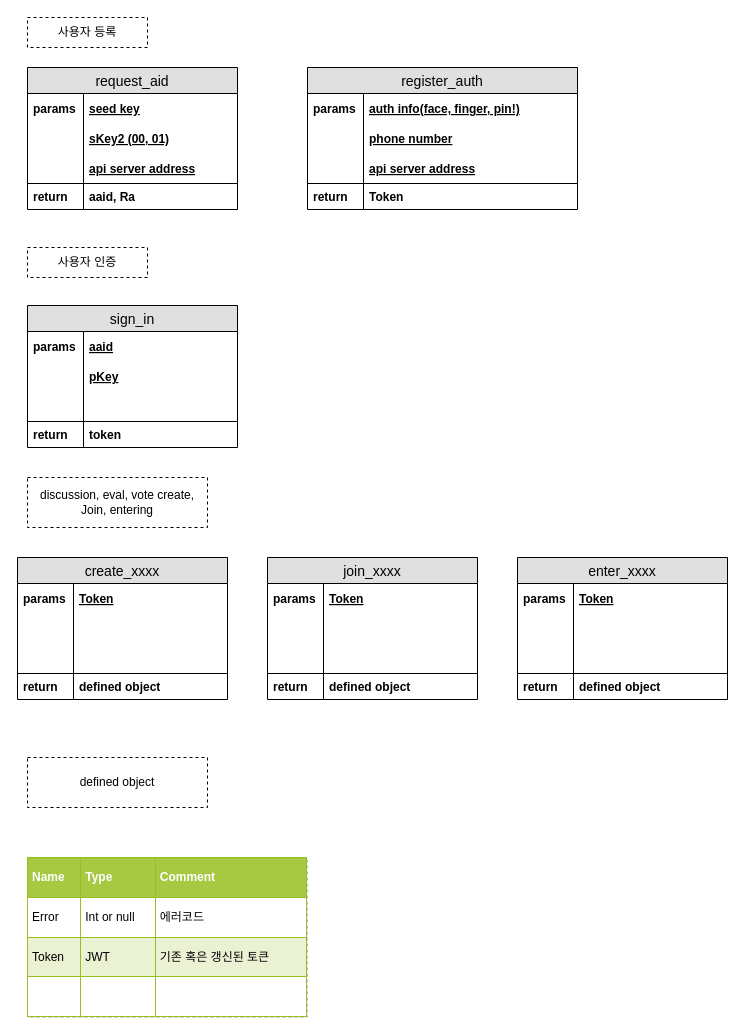
The draw.io diagram Kosac Diagram.drawio in lim6112j/kosac-diagram, before the edit. Source tidied: cells renumbered, new cells numbered last; positions are measured from the earlier drawing's top-left corner, leaving out a move shared by most shapes. Both pictures are drawn from the tidied source at 100%, with x=0, y=0 at pixel (17, 17).
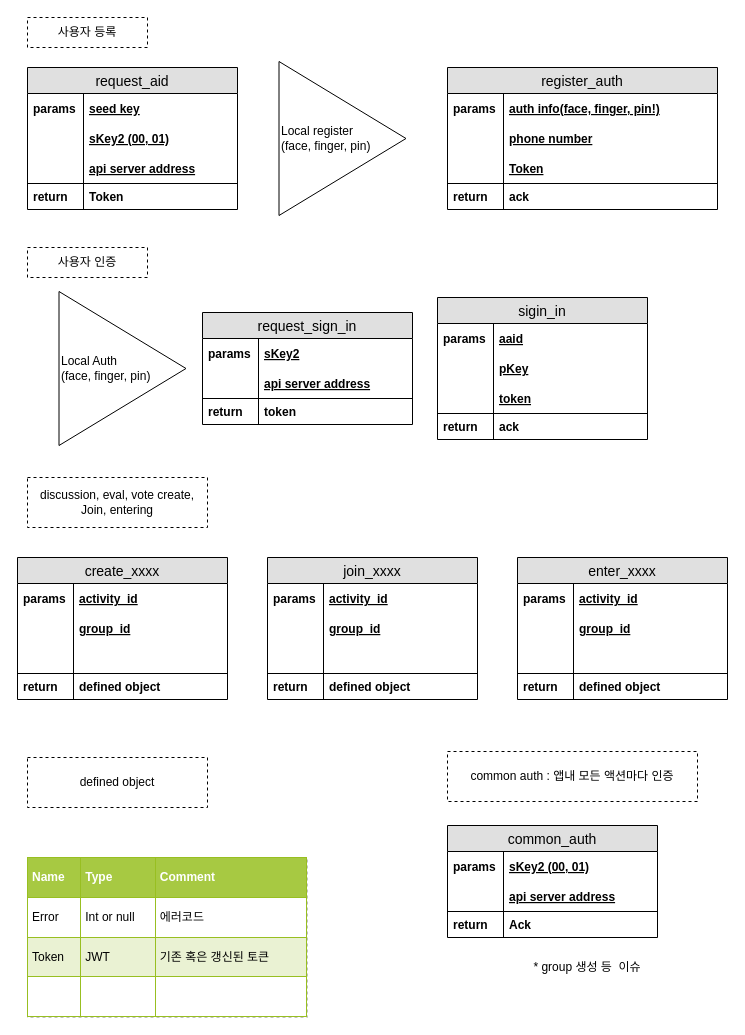
Above is the later version.

The change refers to these unchanged cells:
```xml
<mxCell id="2" value="request_aid" style="swimlane;fontStyle=0;horizontal=1;startSize=26;fillColor=#e0e0e0;swimlaneFillColor=#ffffff;align=center;fontSize=14;" parent="1" vertex="1">
  <mxGeometry x="10" y="50" width="210" height="142" as="geometry" />
</mxCell>
<mxCell id="32" value="create_xxxx" style="swimlane;fontStyle=0;horizontal=1;startSize=26;fillColor=#e0e0e0;swimlaneFillColor=#ffffff;align=center;fontSize=14;" parent="1" vertex="1">
  <mxGeometry y="540" width="210" height="142" as="geometry" />
</mxCell>
<mxCell id="41" value="join_xxxx" style="swimlane;fontStyle=0;horizontal=1;startSize=26;fillColor=#e0e0e0;swimlaneFillColor=#ffffff;align=center;fontSize=14;" parent="1" vertex="1">
  <mxGeometry x="250" y="540" width="210" height="142" as="geometry" />
</mxCell>
<mxCell id="50" value="enter_xxxx" style="swimlane;fontStyle=0;horizontal=1;startSize=26;fillColor=#e0e0e0;swimlaneFillColor=#ffffff;align=center;fontSize=14;" parent="1" vertex="1">
  <mxGeometry x="500" y="540" width="210" height="142" as="geometry" />
</mxCell>
```

What changed in the source:
```diff
@@
-    <mxCell id="9" value="aaid, Ra" style="shape=partialRectangle;top=0;left=0;right=0;bottom=0;align=left;verticalAlign=top;fillColor=none;spacingLeft=60;spacingRight=4;overflow=hidden;fontSize=12;fontStyle=1;" parent="2" vertex="1">
+    <mxCell id="9" value="Token" style="shape=partialRectangle;top=0;left=0;right=0;bottom=0;align=left;verticalAlign=top;fillColor=none;spacingLeft=60;spacingRight=4;overflow=hidden;fontSize=12;fontStyle=1;" parent="2" vertex="1">
       <mxGeometry y="116" width="210" height="26" as="geometry" />
     </mxCell>
@@
     <mxCell id="11" value="register_auth" style="swimlane;fontStyle=0;horizontal=1;startSize=26;fillColor=#e0e0e0;swimlaneFillColor=#ffffff;align=center;fontSize=14;" parent="1" vertex="1">
-      <mxGeometry x="290" y="50" width="270" height="142" as="geometry" />
+      <mxGeometry x="430" y="50" width="270" height="142" as="geometry" />
     </mxCell>
@@
-    <mxCell id="16" value="api server address" style="shape=partialRectangle;top=0;left=0;right=0;bottom=1;align=left;verticalAlign=middle;fillColor=none;spacingLeft=60;spacingRight=4;overflow=hidden;fontStyle=5;fontSize=12;" parent="11" vertex="1">
+    <mxCell id="16" value="Token" style="shape=partialRectangle;top=0;left=0;right=0;bottom=1;align=left;verticalAlign=middle;fillColor=none;spacingLeft=60;spacingRight=4;overflow=hidden;fontStyle=5;fontSize=12;" parent="11" vertex="1">
       <mxGeometry y="86" width="270" height="30" as="geometry" />
     </mxCell>
@@
-    <mxCell id="18" value="Token" style="shape=partialRectangle;top=0;left=0;right=0;bottom=0;align=left;verticalAlign=top;fillColor=none;spacingLeft=60;spacingRight=4;overflow=hidden;fontSize=12;fontStyle=1;" parent="11" vertex="1">
+    <mxCell id="18" value="ack" style="shape=partialRectangle;top=0;left=0;right=0;bottom=0;align=left;verticalAlign=top;fillColor=none;spacingLeft=60;spacingRight=4;overflow=hidden;fontSize=12;fontStyle=1;" parent="11" vertex="1">
       <mxGeometry y="116" width="270" height="26" as="geometry" />
     </mxCell>
@@
-    <mxCell id="22" value="sign_in" style="swimlane;fontStyle=0;horizontal=1;startSize=26;fillColor=#e0e0e0;swimlaneFillColor=#ffffff;align=center;fontSize=14;" parent="1" vertex="1">
-      <mxGeometry x="10" y="288" width="210" height="142" as="geometry" />
+    <mxCell id="22" value="request_sign_in" style="swimlane;fontStyle=0;horizontal=1;startSize=26;fillColor=#e0e0e0;swimlaneFillColor=#ffffff;align=center;fontSize=14;" parent="1" vertex="1">
+      <mxGeometry x="185" y="295" width="210" height="112" as="geometry" />
     </mxCell>
-    <mxCell id="23" value="aaid" style="shape=partialRectangle;top=0;left=0;right=0;bottom=0;align=left;verticalAlign=middle;fillColor=none;spacingLeft=60;spacingRight=4;overflow=hidden;fontStyle=5;fontSize=12;" parent="22" vertex="1">
+    <mxCell id="23" value="sKey2" style="shape=partialRectangle;top=0;left=0;right=0;bottom=0;align=left;verticalAlign=middle;fillColor=none;spacingLeft=60;spacingRight=4;overflow=hidden;fontStyle=5;fontSize=12;" parent="22" vertex="1">
       <mxGeometry y="26" width="210" height="30" as="geometry" />
     </mxCell>
@@
-    <mxCell id="25" value="pKey" style="shape=partialRectangle;top=0;left=0;right=0;bottom=1;align=left;verticalAlign=middle;fillColor=none;spacingLeft=60;spacingRight=4;overflow=hidden;fontStyle=5;fontSize=12;strokeColor=none;" parent="22" vertex="1">
-      <mxGeometry y="56" width="210" height="30" as="geometry" />
-    </mxCell>
-    <mxCell id="26" style="shape=partialRectangle;fontStyle=1;top=0;left=0;bottom=0;fillColor=none;align=left;verticalAlign=middle;spacingLeft=4;spacingRight=4;overflow=hidden;fontSize=12;" parent="25" vertex="1">
-      <mxGeometry width="56" height="30" as="geometry" />
-    </mxCell>
-    <mxCell id="27" style="shape=partialRectangle;top=0;left=0;right=0;bottom=1;align=left;verticalAlign=middle;fillColor=none;spacingLeft=60;spacingRight=4;overflow=hidden;fontStyle=5;fontSize=12;" parent="22" vertex="1">
-      <mxGeometry y="86" width="210" height="30" as="geometry" />
+    <mxCell id="27" value="api server address" style="shape=partialRectangle;top=0;left=0;right=0;bottom=1;align=left;verticalAlign=middle;fillColor=none;spacingLeft=60;spacingRight=4;overflow=hidden;fontStyle=5;fontSize=12;" parent="22" vertex="1">
+      <mxGeometry y="56" width="210" height="30" as="geometry" />
     </mxCell>
@@
     <mxCell id="29" value="token" style="shape=partialRectangle;top=0;left=0;right=0;bottom=0;align=left;verticalAlign=top;fillColor=none;spacingLeft=60;spacingRight=4;overflow=hidden;fontSize=12;fontStyle=1;" parent="22" vertex="1">
-      <mxGeometry y="116" width="210" height="26" as="geometry" />
+      <mxGeometry y="86" width="210" height="26" as="geometry" />
     </mxCell>
@@
-    <mxCell id="33" value="Token" style="shape=partialRectangle;top=0;left=0;right=0;bottom=0;align=left;verticalAlign=middle;fillColor=none;spacingLeft=60;spacingRight=4;overflow=hidden;fontStyle=5;fontSize=12;" parent="32" vertex="1">
+    <mxCell id="33" value="activity_id" style="shape=partialRectangle;top=0;left=0;right=0;bottom=0;align=left;verticalAlign=middle;fillColor=none;spacingLeft=60;spacingRight=4;overflow=hidden;fontStyle=5;fontSize=12;" parent="32" vertex="1">
       <mxGeometry y="26" width="210" height="30" as="geometry" />
     </mxCell>
@@
-    <mxCell id="35" style="shape=partialRectangle;top=0;left=0;right=0;bottom=1;align=left;verticalAlign=middle;fillColor=none;spacingLeft=60;spacingRight=4;overflow=hidden;fontStyle=5;fontSize=12;strokeColor=none;" parent="32" vertex="1">
+    <mxCell id="35" value="group_id" style="shape=partialRectangle;top=0;left=0;right=0;bottom=1;align=left;verticalAlign=middle;fillColor=none;spacingLeft=60;spacingRight=4;overflow=hidden;fontStyle=5;fontSize=12;strokeColor=none;" parent="32" vertex="1">
       <mxGeometry y="56" width="210" height="30" as="geometry" />
     </mxCell>
@@
-    <mxCell id="42" value="Token" style="shape=partialRectangle;top=0;left=0;right=0;bottom=0;align=left;verticalAlign=middle;fillColor=none;spacingLeft=60;spacingRight=4;overflow=hidden;fontStyle=5;fontSize=12;" parent="41" vertex="1">
+    <mxCell id="42" value="activity_id" style="shape=partialRectangle;top=0;left=0;right=0;bottom=0;align=left;verticalAlign=middle;fillColor=none;spacingLeft=60;spacingRight=4;overflow=hidden;fontStyle=5;fontSize=12;" parent="41" vertex="1">
       <mxGeometry y="26" width="210" height="30" as="geometry" />
     </mxCell>
@@
-    <mxCell id="44" style="shape=partialRectangle;top=0;left=0;right=0;bottom=1;align=left;verticalAlign=middle;fillColor=none;spacingLeft=60;spacingRight=4;overflow=hidden;fontStyle=5;fontSize=12;strokeColor=none;" parent="41" vertex="1">
+    <mxCell id="44" value="group_id" style="shape=partialRectangle;top=0;left=0;right=0;bottom=1;align=left;verticalAlign=middle;fillColor=none;spacingLeft=60;spacingRight=4;overflow=hidden;fontStyle=5;fontSize=12;strokeColor=none;" parent="41" vertex="1">
       <mxGeometry y="56" width="210" height="30" as="geometry" />
     </mxCell>
@@
-    <mxCell id="51" value="Token" style="shape=partialRectangle;top=0;left=0;right=0;bottom=0;align=left;verticalAlign=middle;fillColor=none;spacingLeft=60;spacingRight=4;overflow=hidden;fontStyle=5;fontSize=12;" parent="50" vertex="1">
+    <mxCell id="51" value="activity_id" style="shape=partialRectangle;top=0;left=0;right=0;bottom=0;align=left;verticalAlign=middle;fillColor=none;spacingLeft=60;spacingRight=4;overflow=hidden;fontStyle=5;fontSize=12;" parent="50" vertex="1">
       <mxGeometry y="26" width="210" height="30" as="geometry" />
     </mxCell>
@@
-    <mxCell id="53" style="shape=partialRectangle;top=0;left=0;right=0;bottom=1;align=left;verticalAlign=middle;fillColor=none;spacingLeft=60;spacingRight=4;overflow=hidden;fontStyle=5;fontSize=12;strokeColor=none;" parent="50" vertex="1">
+    <mxCell id="53" value="group_id" style="shape=partialRectangle;top=0;left=0;right=0;bottom=1;align=left;verticalAlign=middle;fillColor=none;spacingLeft=60;spacingRight=4;overflow=hidden;fontStyle=5;fontSize=12;strokeColor=none;" parent="50" vertex="1">
       <mxGeometry y="56" width="210" height="30" as="geometry" />
     </mxCell>
@@
+    <mxCell id="61" value="Local register&lt;br&gt;(face, finger, pin)" style="triangle;whiteSpace=wrap;html=1;align=left;" parent="1" vertex="1">
+      <mxGeometry x="261.5" y="44" width="127" height="154" as="geometry" />
+    </mxCell>
+    <mxCell id="62" value="sigin_in" style="swimlane;fontStyle=0;horizontal=1;startSize=26;fillColor=#e0e0e0;swimlaneFillColor=#ffffff;align=center;fontSize=14;" parent="1" vertex="1">
+      <mxGeometry x="420" y="280" width="210" height="142" as="geometry" />
+    </mxCell>
+    <mxCell id="63" value="aaid" style="shape=partialRectangle;top=0;left=0;right=0;bottom=0;align=left;verticalAlign=middle;fillColor=none;spacingLeft=60;spacingRight=4;overflow=hidden;fontStyle=5;fontSize=12;" parent="62" vertex="1">
+      <mxGeometry y="26" width="210" height="30" as="geometry" />
+    </mxCell>
+    <mxCell id="64" value="params" style="shape=partialRectangle;fontStyle=1;top=0;left=0;bottom=0;fillColor=none;align=left;verticalAlign=middle;spacingLeft=4;spacingRight=4;overflow=hidden;fontSize=12;" parent="63" vertex="1">
+      <mxGeometry width="56" height="30" as="geometry" />
+    </mxCell>
+    <mxCell id="25" value="pKey" style="shape=partialRectangle;top=0;left=0;right=0;bottom=1;align=left;verticalAlign=middle;fillColor=none;spacingLeft=60;spacingRight=4;overflow=hidden;fontStyle=5;fontSize=12;strokeColor=none;" parent="62" vertex="1">
+      <mxGeometry y="56" width="210" height="30" as="geometry" />
+    </mxCell>
+    <mxCell id="65" style="shape=partialRectangle;fontStyle=1;top=0;left=0;bottom=0;fillColor=none;align=left;verticalAlign=middle;spacingLeft=4;spacingRight=4;overflow=hidden;fontSize=12;" parent="25" vertex="1">
+      <mxGeometry width="56" height="30" as="geometry" />
+    </mxCell>
+    <mxCell id="66" value="token" style="shape=partialRectangle;top=0;left=0;right=0;bottom=1;align=left;verticalAlign=middle;fillColor=none;spacingLeft=60;spacingRight=4;overflow=hidden;fontStyle=5;fontSize=12;" parent="62" vertex="1">
+      <mxGeometry y="86" width="210" height="30" as="geometry" />
+    </mxCell>
+    <mxCell id="67" style="shape=partialRectangle;fontStyle=1;top=0;left=0;bottom=0;fillColor=none;align=left;verticalAlign=middle;spacingLeft=4;spacingRight=4;overflow=hidden;fontSize=12;" parent="66" vertex="1">
+      <mxGeometry width="56" height="30" as="geometry" />
+    </mxCell>
+    <mxCell id="68" value="ack" style="shape=partialRectangle;top=0;left=0;right=0;bottom=0;align=left;verticalAlign=top;fillColor=none;spacingLeft=60;spacingRight=4;overflow=hidden;fontSize=12;fontStyle=1;" parent="62" vertex="1">
+      <mxGeometry y="116" width="210" height="26" as="geometry" />
+    </mxCell>
+    <mxCell id="69" value="return" style="shape=partialRectangle;top=0;left=0;bottom=0;fillColor=none;align=left;verticalAlign=top;spacingLeft=4;spacingRight=4;overflow=hidden;fontSize=12;fontStyle=1;" parent="68" vertex="1">
+      <mxGeometry width="56" height="26" as="geometry" />
+    </mxCell>
+    <mxCell id="70" value="Local Auth&lt;br&gt;(face, finger, pin)" style="triangle;whiteSpace=wrap;html=1;align=left;" parent="1" vertex="1">
+      <mxGeometry x="41.5" y="274" width="127" height="154" as="geometry" />
+    </mxCell>
+    <mxCell id="71" value="* group 생성 등&amp;nbsp; 이슈" style="text;html=1;strokeColor=none;fillColor=none;align=center;verticalAlign=middle;whiteSpace=wrap;rounded=0;" parent="1" vertex="1">
+      <mxGeometry x="430" y="940" width="280" height="20" as="geometry" />
+    </mxCell>
+    <mxCell id="72" value="common_auth" style="swimlane;fontStyle=0;horizontal=1;startSize=26;fillColor=#e0e0e0;swimlaneFillColor=#ffffff;align=center;fontSize=14;" parent="1" vertex="1">
+      <mxGeometry x="430" y="808" width="210" height="112" as="geometry" />
+    </mxCell>
+    <mxCell id="73" value="sKey2 (00, 01)" style="shape=partialRectangle;top=0;left=0;right=0;bottom=1;align=left;verticalAlign=middle;fillColor=none;spacingLeft=60;spacingRight=4;overflow=hidden;fontStyle=5;fontSize=12;strokeColor=none;" parent="72" vertex="1">
+      <mxGeometry y="26" width="210" height="30" as="geometry" />
+    </mxCell>
+    <mxCell id="74" value="params" style="shape=partialRectangle;fontStyle=1;top=0;left=0;bottom=0;fillColor=none;align=left;verticalAlign=middle;spacingLeft=4;spacingRight=4;overflow=hidden;fontSize=12;" parent="73" vertex="1">
+      <mxGeometry width="56" height="30" as="geometry" />
+    </mxCell>
+    <mxCell id="75" value="api server address" style="shape=partialRectangle;top=0;left=0;right=0;bottom=1;align=left;verticalAlign=middle;fillColor=none;spacingLeft=60;spacingRight=4;overflow=hidden;fontStyle=5;fontSize=12;" parent="72" vertex="1">
+      <mxGeometry y="56" width="210" height="30" as="geometry" />
+    </mxCell>
+    <mxCell id="76" style="shape=partialRectangle;fontStyle=1;top=0;left=0;bottom=0;fillColor=none;align=left;verticalAlign=middle;spacingLeft=4;spacingRight=4;overflow=hidden;fontSize=12;" parent="75" vertex="1">
+      <mxGeometry width="56" height="30" as="geometry" />
+    </mxCell>
+    <mxCell id="77" value="Ack" style="shape=partialRectangle;top=0;left=0;right=0;bottom=0;align=left;verticalAlign=top;fillColor=none;spacingLeft=60;spacingRight=4;overflow=hidden;fontSize=12;fontStyle=1;" parent="72" vertex="1">
+      <mxGeometry y="86" width="210" height="26" as="geometry" />
+    </mxCell>
+    <mxCell id="78" value="return" style="shape=partialRectangle;top=0;left=0;bottom=0;fillColor=none;align=left;verticalAlign=top;spacingLeft=4;spacingRight=4;overflow=hidden;fontSize=12;fontStyle=1;" parent="77" vertex="1">
+      <mxGeometry width="56" height="26" as="geometry" />
+    </mxCell>
+    <mxCell id="79" value="common auth : 앱내 모든 액션마다 인증" style="rounded=0;whiteSpace=wrap;html=1;dashed=1;" parent="1" vertex="1">
+      <mxGeometry x="430" y="734" width="250" height="50" as="geometry" />
+    </mxCell>
```
